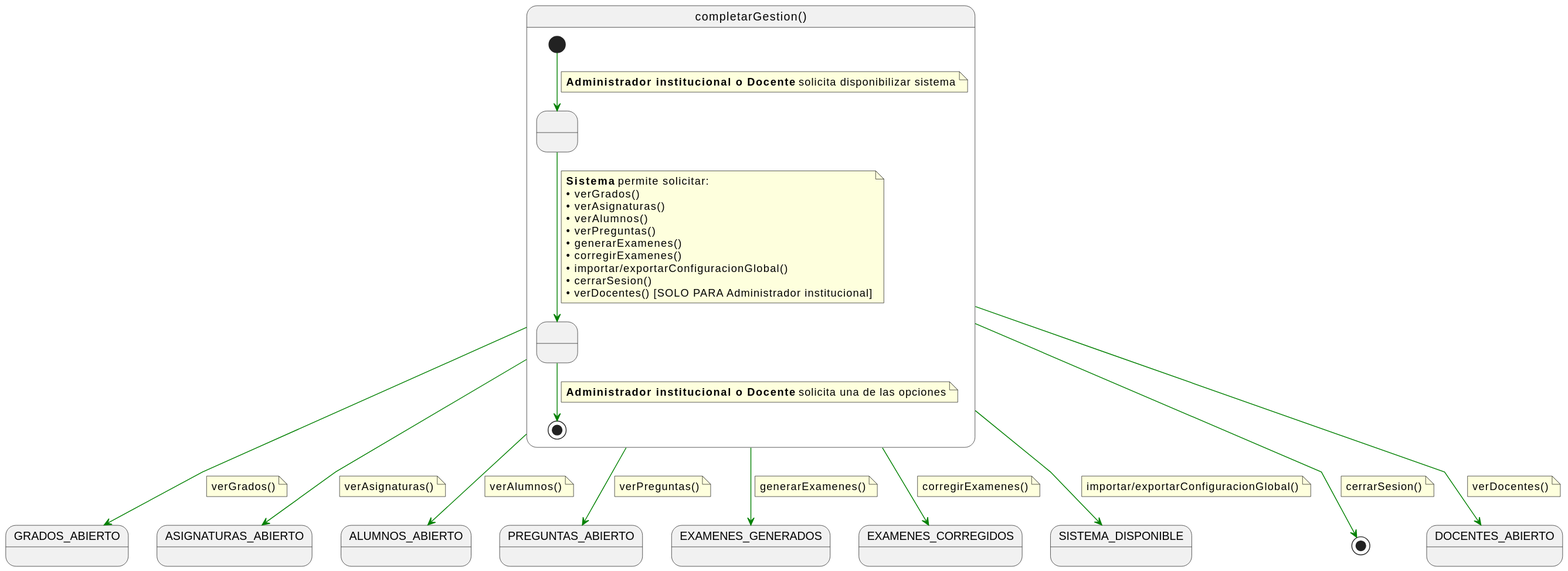
Above: documents/casos-de-uso/detalladoCasosDeUso/completarGestion/completarGestion.svg in martinlopez7/25-26-IdSw1-SdR (PlantUML), before the change.
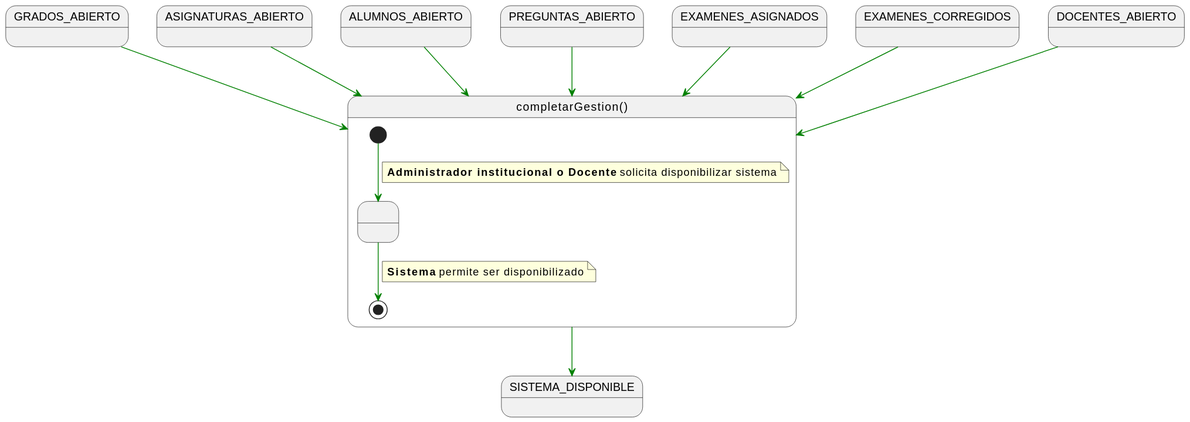
The same diagram one commit later.

Diff of the diagram source:
```diff
@@ -4,76 +4,32 @@
 state completarGestion as "completarGestion()" {
 
     state " " as PresentandoOpciones
-    state " " as EsperandoSeleccion
 
     [*] -[#green]-> PresentandoOpciones
     note on link
     <b>Administrador institucional o Docente</b> solicita disponibilizar sistema
     end note
 
-    PresentandoOpciones -[#green]-> EsperandoSeleccion
+    PresentandoOpciones -[#green]-> [*]
     note on link
-    <b>Sistema</b> permite solicitar:
-    • verGrados()
-    • verAsignaturas()
-    • verAlumnos()
-    • verPreguntas()
-    • generarExamenes()
-    • corregirExamenes()
-    • importar/exportarConfiguracionGlobal()
-    • cerrarSesion()
-    • verDocentes() [SOLO PARA Administrador institucional]
-    end note
-
-    EsperandoSeleccion -[#green]-> [*]
-    note on link
-    <b>Administrador institucional o Docente</b> solicita una de las opciones
+    <b>Sistema</b> permite ser disponibilizado
     end note
 }
 
 
-completarGestion -[#green]-> GRADOS_ABIERTO
-note on link
-verGrados()
-end note
+GRADOS_ABIERTO -[#green]->  completarGestion
 
-completarGestion -[#green]-> ASIGNATURAS_ABIERTO
-note on link
-verAsignaturas()
-end note
+ASIGNATURAS_ABIERTO -[#green]->  completarGestion
 
-completarGestion -[#green]-> ALUMNOS_ABIERTO
-note on link
-verAlumnos()
-end note
+ALUMNOS_ABIERTO -[#green]-> completarGestion
 
-completarGestion -[#green]-> PREGUNTAS_ABIERTO
-note on link
-verPreguntas()
-end note
+PREGUNTAS_ABIERTO -[#green]-> completarGestion
 
-completarGestion -[#green]-> EXAMENES_GENERADOS
-note on link
-generarExamenes()
-end note
+EXAMENES_ASIGNADOS-[#green]-> completarGestion
 
-completarGestion -[#green]-> EXAMENES_CORREGIDOS
-note on link
-corregirExamenes()
-end note
+EXAMENES_CORREGIDOS -[#green]-> completarGestion
+
+DOCENTES_ABIERTO -[#green]-> completarGestion
 
 completarGestion -[#green]-> SISTEMA_DISPONIBLE
-note on link
-importar/exportarConfiguracionGlobal()
-end note
-
-completarGestion -[#green]-> [*]
-note on link
-cerrarSesion()
-end note
-
-completarGestion -[#green]-> DOCENTES_ABIERTO
-note on link
-verDocentes()
-end note
 @enduml
```
